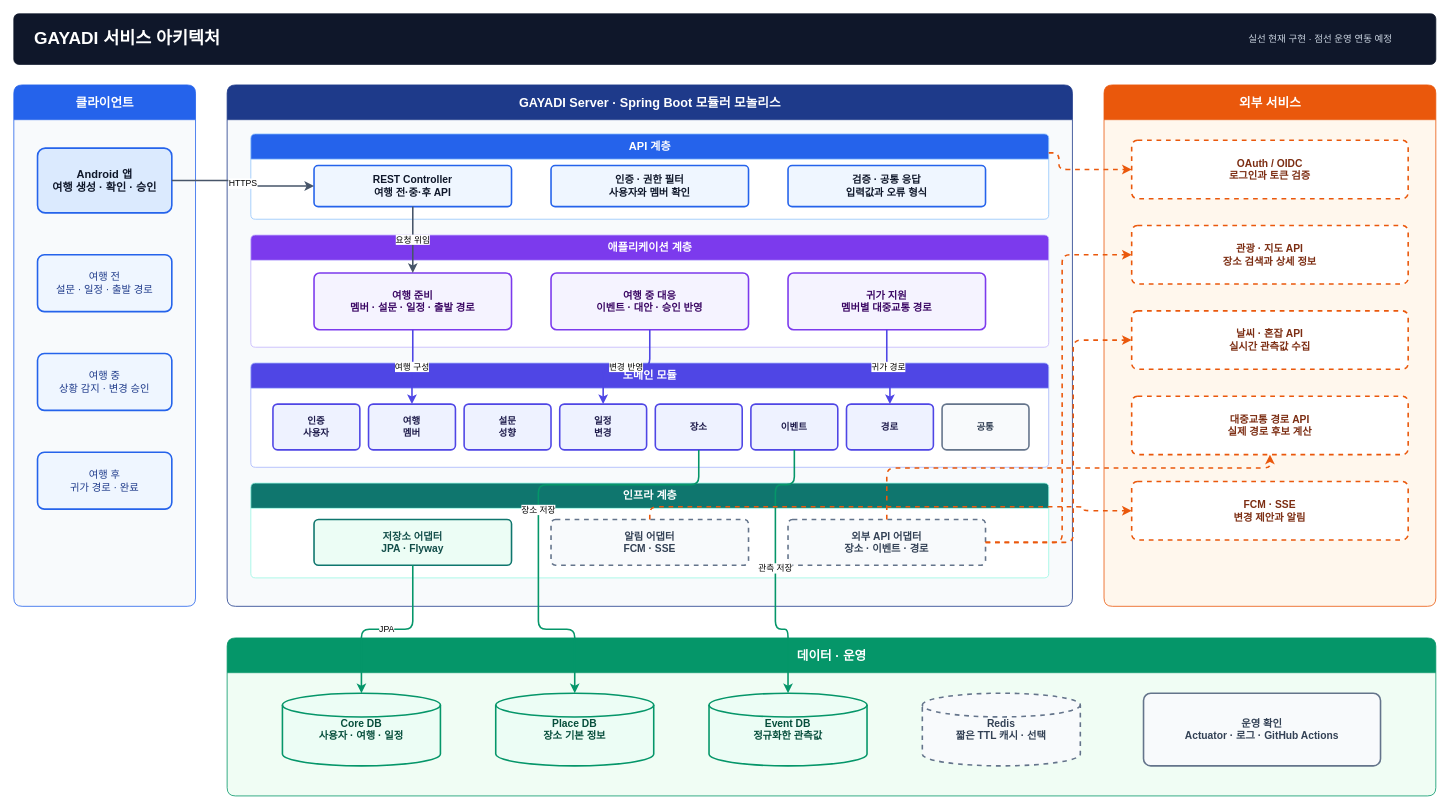
This is docs/presentation/gayadi-service-architecture.drawio from TEAM-DOONOW/Gayadi-Server, a draw.io file, before an edit. Source tidied: cells renumbered, new cells numbered last; positions are measured from the earlier drawing's top-left corner, leaving out a move shared by most shapes. Both pictures are drawn from the tidied source at 79%, with x=0, y=0 at pixel (13, 13).
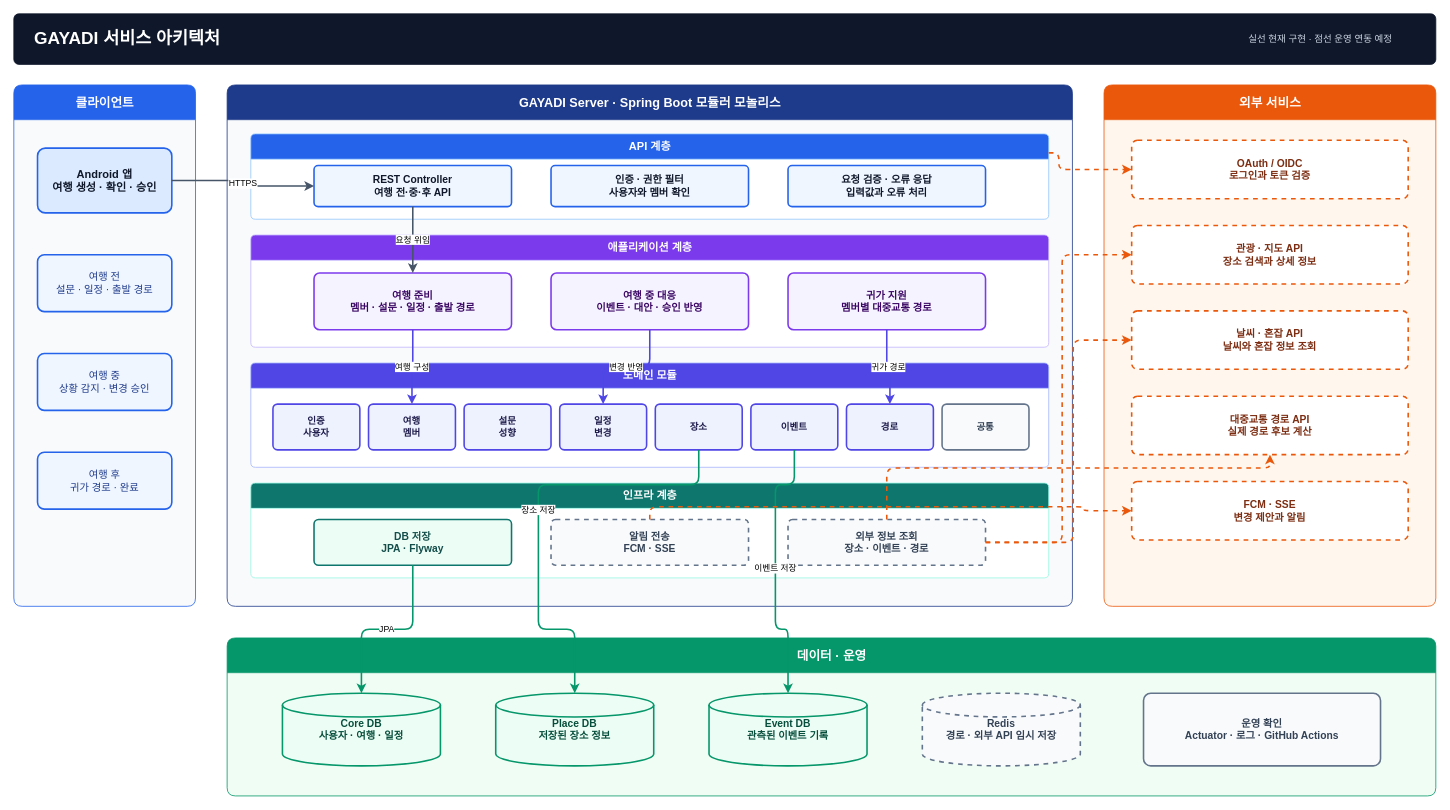
Above is the later version.

The change refers to these unchanged cells:
```xml
<mxCell id="10" value="API 계층" style="swimlane;horizontal=1;startSize=32;rounded=1;html=1;fillColor=#2563EB;swimlaneFillColor=#FFFFFF;strokeColor=#93C5FD;fontColor=#FFFFFF;fontStyle=1;fontSize=14;arcSize=6;" parent="9" vertex="1">
  <mxGeometry x="30" y="62" width="1010" height="108" as="geometry" />
</mxCell>
<mxCell id="24" value="이벤트" style="rounded=1;whiteSpace=wrap;html=1;fillColor=#EEF2FF;strokeColor=#4F46E5;strokeWidth=2;fontColor=#1E1B4B;fontSize=12;fontStyle=1;arcSize=10;" parent="18" vertex="1">
  <mxGeometry x="633" y="52" width="110" height="58" as="geometry" />
</mxCell>
<mxCell id="27" value="인프라 계층" style="swimlane;horizontal=1;startSize=32;rounded=1;html=1;fillColor=#0F766E;swimlaneFillColor=#FFFFFF;strokeColor=#99F6E4;fontColor=#FFFFFF;fontStyle=1;fontSize=14;arcSize=6;" parent="9" vertex="1">
  <mxGeometry x="30" y="504" width="1010" height="120" as="geometry" />
</mxCell>
<mxCell id="35" value="외부 서비스" style="swimlane;horizontal=1;startSize=44;rounded=1;html=1;fillColor=#EA580C;swimlaneFillColor=#FFF7ED;strokeColor=#EA580C;fontColor=#FFFFFF;fontStyle=1;fontSize=16;arcSize=8;" parent="1" vertex="1">
  <mxGeometry x="1380" y="90" width="420" height="660" as="geometry" />
</mxCell>
<mxCell id="41" value="데이터 · 운영" style="swimlane;horizontal=1;startSize=44;rounded=1;html=1;fillColor=#059669;swimlaneFillColor=#F0FDF4;strokeColor=#059669;fontColor=#FFFFFF;fontStyle=1;fontSize=16;arcSize=8;" parent="1" vertex="1">
  <mxGeometry x="270" y="790" width="1530" height="200" as="geometry" />
</mxCell>
```

What changed in the source:
```diff
@@
-    <mxCell id="13" value="검증 · 공통 응답&#10;입력값과 오류 형식" style="rounded=1;whiteSpace=wrap;html=1;fillColor=#EFF6FF;strokeColor=#2563EB;strokeWidth=2;fontColor=#0F172A;fontSize=13;fontStyle=1;arcSize=10;" parent="10" vertex="1">
+    <mxCell id="13" value="요청 검증 · 오류 응답&#10;입력값과 오류 처리" style="rounded=1;whiteSpace=wrap;html=1;fillColor=#EFF6FF;strokeColor=#2563EB;strokeWidth=2;fontColor=#0F172A;fontSize=13;fontStyle=1;arcSize=10;" parent="10" vertex="1">
       <mxGeometry x="680" y="40" width="250" height="52" as="geometry" />
     </mxCell>
@@
-    <mxCell id="28" value="저장소 어댑터&#10;JPA · Flyway" style="rounded=1;whiteSpace=wrap;html=1;fillColor=#ECFDF5;strokeColor=#0F766E;strokeWidth=2;fontColor=#134E4A;fontSize=13;fontStyle=1;arcSize=10;" parent="27" vertex="1">
+    <mxCell id="28" value="DB 저장&#10;JPA · Flyway" style="rounded=1;whiteSpace=wrap;html=1;fillColor=#ECFDF5;strokeColor=#0F766E;strokeWidth=2;fontColor=#134E4A;fontSize=13;fontStyle=1;arcSize=10;" parent="27" vertex="1">
       <mxGeometry x="80" y="46" width="250" height="58" as="geometry" />
     </mxCell>
-    <mxCell id="29" value="알림 어댑터&#10;FCM · SSE" style="rounded=1;whiteSpace=wrap;html=1;fillColor=#F8FAFC;strokeColor=#64748B;strokeWidth=2;dashed=1;fontColor=#334155;fontSize=13;fontStyle=1;arcSize=10;" parent="27" vertex="1">
+    <mxCell id="29" value="알림 전송&#10;FCM · SSE" style="rounded=1;whiteSpace=wrap;html=1;fillColor=#F8FAFC;strokeColor=#64748B;strokeWidth=2;dashed=1;fontColor=#334155;fontSize=13;fontStyle=1;arcSize=10;" parent="27" vertex="1">
       <mxGeometry x="380" y="46" width="250" height="58" as="geometry" />
     </mxCell>
-    <mxCell id="30" value="외부 API 어댑터&#10;장소 · 이벤트 · 경로" style="rounded=1;whiteSpace=wrap;html=1;fillColor=#F8FAFC;strokeColor=#64748B;strokeWidth=2;dashed=1;fontColor=#334155;fontSize=13;fontStyle=1;arcSize=10;" parent="27" vertex="1">
+    <mxCell id="30" value="외부 정보 조회&#10;장소 · 이벤트 · 경로" style="rounded=1;whiteSpace=wrap;html=1;fillColor=#F8FAFC;strokeColor=#64748B;strokeWidth=2;dashed=1;fontColor=#334155;fontSize=13;fontStyle=1;arcSize=10;" parent="27" vertex="1">
       <mxGeometry x="680" y="46" width="250" height="58" as="geometry" />
     </mxCell>
@@
-    <mxCell id="38" value="날씨 · 혼잡 API&#10;실시간 관측값 수집" style="rounded=1;whiteSpace=wrap;html=1;fillColor=#FFFFFF;strokeColor=#EA580C;strokeWidth=2;dashed=1;fontColor=#7C2D12;fontSize=13;fontStyle=1;arcSize=10;" parent="35" vertex="1">
+    <mxCell id="38" value="날씨 · 혼잡 API&#10;날씨와 혼잡 정보 조회" style="rounded=1;whiteSpace=wrap;html=1;fillColor=#FFFFFF;strokeColor=#EA580C;strokeWidth=2;dashed=1;fontColor=#7C2D12;fontSize=13;fontStyle=1;arcSize=10;" parent="35" vertex="1">
       <mxGeometry x="35" y="286" width="350" height="74" as="geometry" />
     </mxCell>
@@
-    <mxCell id="43" value="Place DB&#10;장소 기본 정보" style="shape=cylinder3;whiteSpace=wrap;html=1;fillColor=#ECFDF5;strokeColor=#059669;strokeWidth=2;fontColor=#064E3B;fontSize=13;fontStyle=1;" parent="41" vertex="1">
+    <mxCell id="43" value="Place DB&#10;저장된 장소 정보" style="shape=cylinder3;whiteSpace=wrap;html=1;fillColor=#ECFDF5;strokeColor=#059669;strokeWidth=2;fontColor=#064E3B;fontSize=13;fontStyle=1;" parent="41" vertex="1">
       <mxGeometry x="340" y="70" width="200" height="92" as="geometry" />
     </mxCell>
-    <mxCell id="44" value="Event DB&#10;정규화한 관측값" style="shape=cylinder3;whiteSpace=wrap;html=1;fillColor=#ECFDF5;strokeColor=#059669;strokeWidth=2;fontColor=#064E3B;fontSize=13;fontStyle=1;" parent="41" vertex="1">
+    <mxCell id="44" value="Event DB&#10;관측된 이벤트 기록" style="shape=cylinder3;whiteSpace=wrap;html=1;fillColor=#ECFDF5;strokeColor=#059669;strokeWidth=2;fontColor=#064E3B;fontSize=13;fontStyle=1;" parent="41" vertex="1">
       <mxGeometry x="610" y="70" width="200" height="92" as="geometry" />
     </mxCell>
-    <mxCell id="45" value="Redis&#10;짧은 TTL 캐시 · 선택" style="shape=cylinder3;whiteSpace=wrap;html=1;fillColor=#F8FAFC;strokeColor=#64748B;strokeWidth=2;dashed=1;fontColor=#334155;fontSize=13;fontStyle=1;" parent="41" vertex="1">
+    <mxCell id="45" value="Redis&#10;경로 · 외부 API 임시 저장" style="shape=cylinder3;whiteSpace=wrap;html=1;fillColor=#F8FAFC;strokeColor=#64748B;strokeWidth=2;dashed=1;fontColor=#334155;fontSize=13;fontStyle=1;" parent="41" vertex="1">
       <mxGeometry x="880" y="70" width="200" height="92" as="geometry" />
     </mxCell>
@@
-    <mxCell id="50" value="관측 저장" style="edgeStyle=orthogonalEdgeStyle;rounded=1;html=1;strokeWidth=2;strokeColor=#059669;endArrow=classic;labelBackgroundColor=#FFFFFF;curved=0;" parent="1" edge="1" source="24" target="44">
+    <mxCell id="50" value="이벤트 저장" style="edgeStyle=orthogonalEdgeStyle;rounded=1;html=1;strokeWidth=2;strokeColor=#059669;endArrow=classic;labelBackgroundColor=#FFFFFF;curved=0;" parent="1" edge="1" source="24" target="44">
       <mxGeometry relative="1" as="geometry">
         <Array as="points">
           <mxPoint x="988" y="596" />
           <mxPoint x="964" y="596" />
           <mxPoint x="964" y="779" />
           <mxPoint x="980" y="779" />
         </Array>
       </mxGeometry>
     </mxCell>
```
